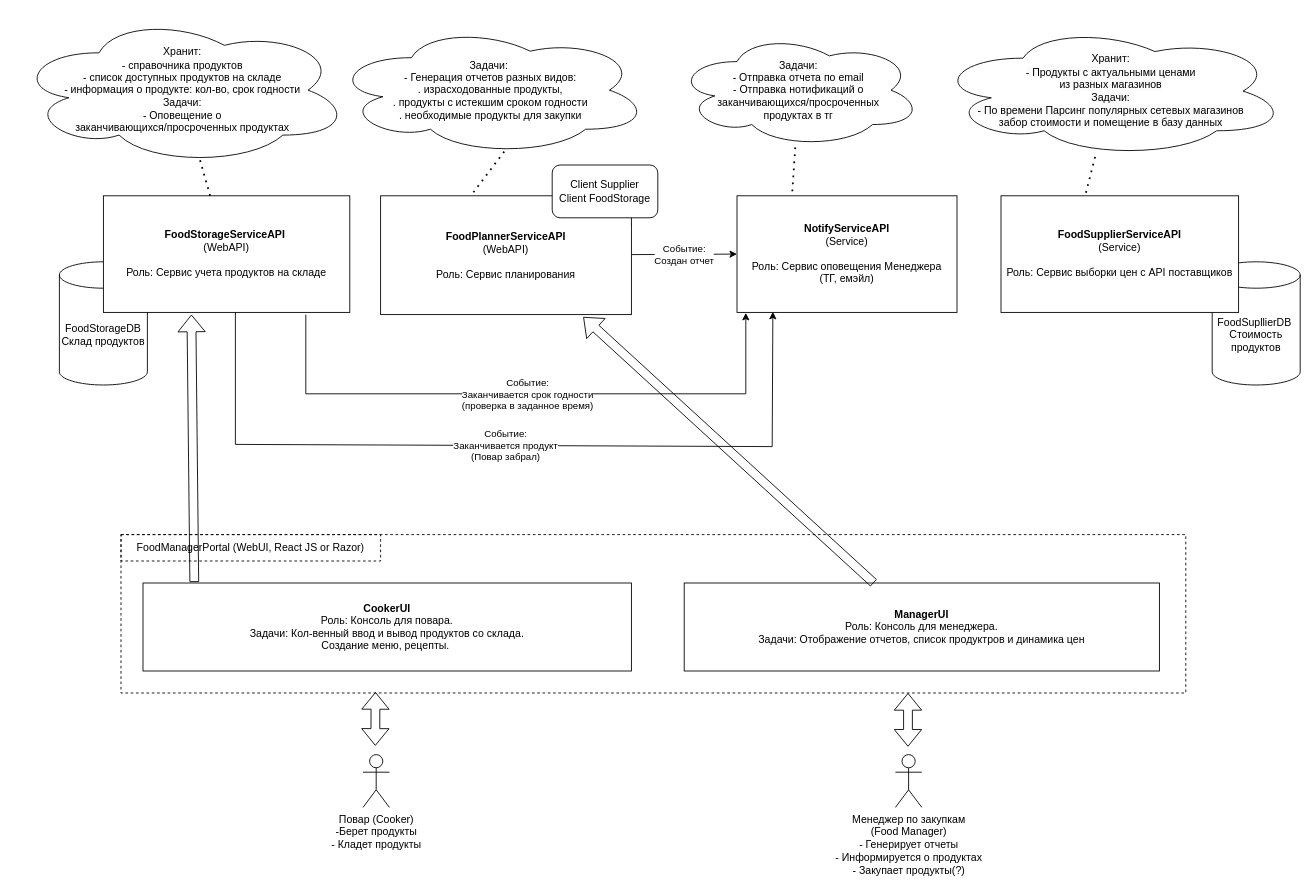
Above: docs/food-manager.drawio in otusroom5/food-manager (draw.io), before the change. Source tidied: cells renumbered, new cells numbered last; positions are measured from the earlier drawing's top-left corner, leaving out a move shared by most shapes. Both pictures are drawn from the tidied source at 88%, with x=0, y=0 at pixel (15, 15).
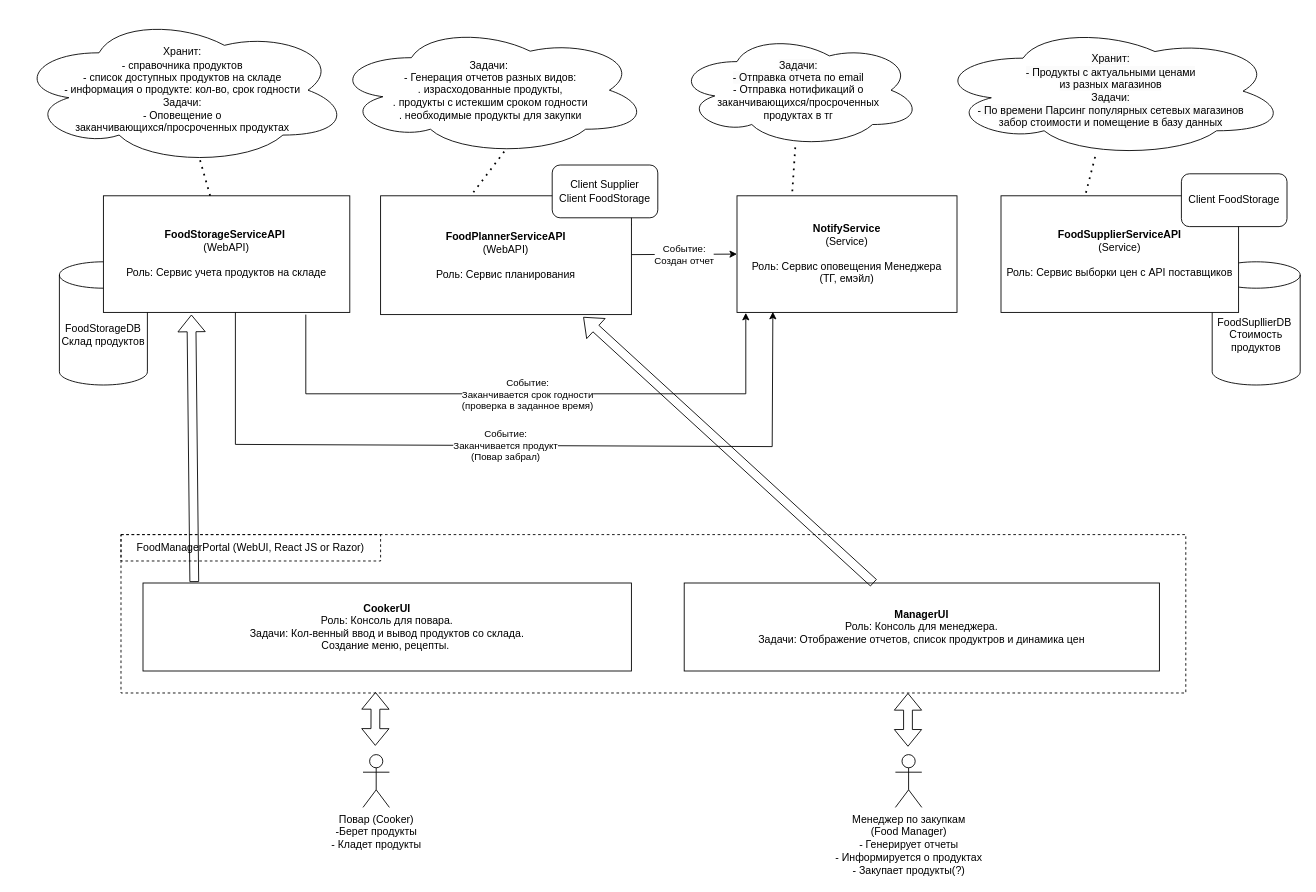
Above is the later version.

What changed in the source:
```diff
@@
-    <mxCell id="7" value="&lt;b&gt;NotifyServiceAPI&lt;br&gt;&lt;/b&gt;(Service)&lt;br&gt;&lt;br&gt;Роль: Сервис оповещения Менеджера&lt;br&gt;(ТГ, емэйл)" style="rounded=0;whiteSpace=wrap;html=1;" parent="1" vertex="1">
+    <mxCell id="7" value="&lt;b&gt;NotifyService&lt;br&gt;&lt;/b&gt;(Service)&lt;br&gt;&lt;br&gt;Роль: Сервис оповещения Менеджера&lt;br&gt;(ТГ, емэйл)" style="rounded=0;whiteSpace=wrap;html=1;" parent="1" vertex="1">
       <mxGeometry x="820" y="205" width="250" height="132.5" as="geometry" />
     </mxCell>
@@
+    <mxCell id="35" value="Client FoodStorage" style="rounded=1;whiteSpace=wrap;html=1;" parent="1" vertex="1">
+      <mxGeometry x="1325" y="180" width="120" height="60" as="geometry" />
+    </mxCell>
```
